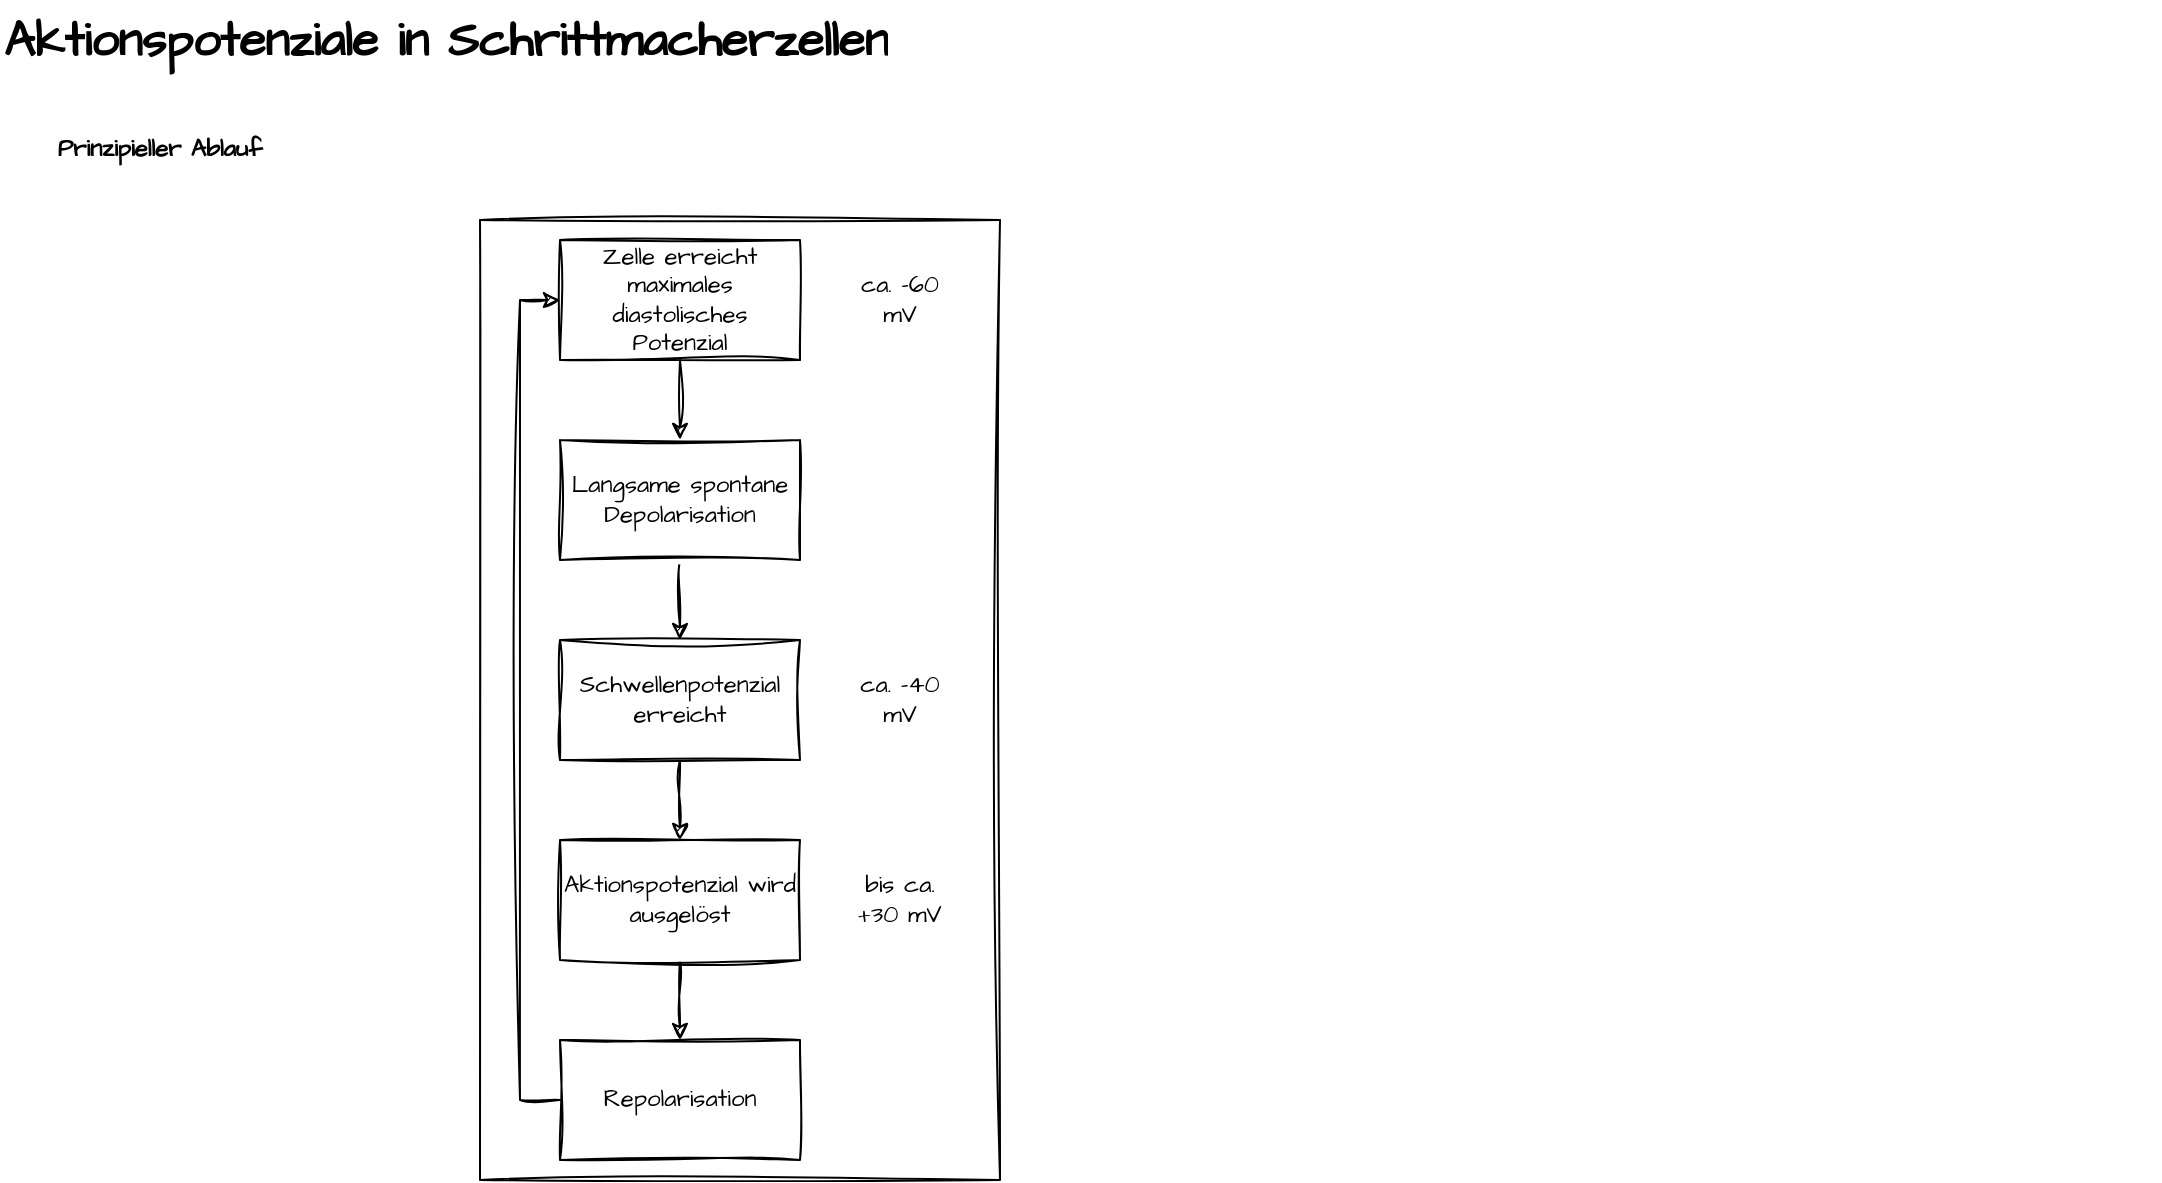
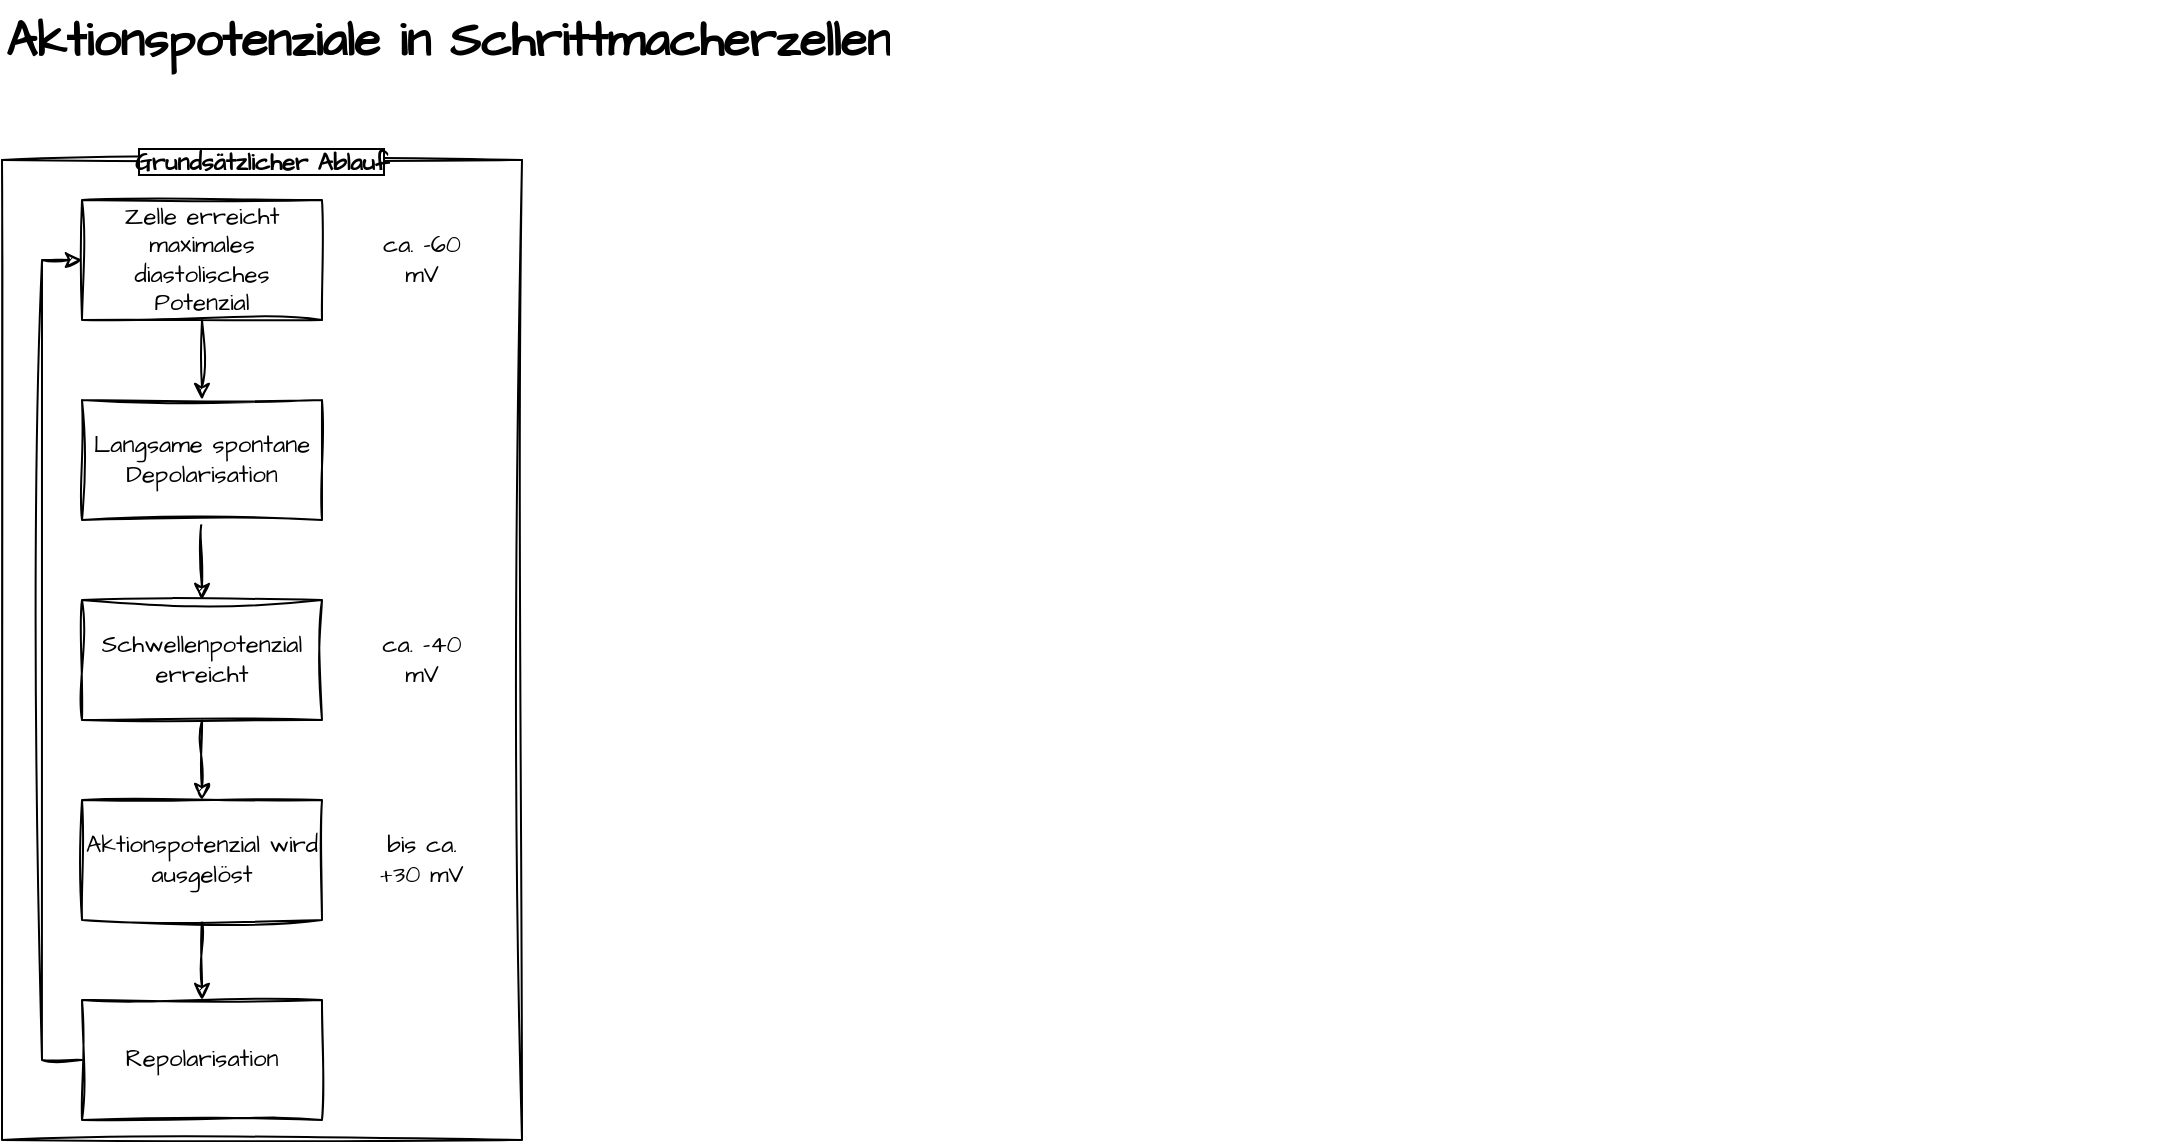
<mxfile host="app.diagrams.net">
  <diagram name="Schrittmacherzellen" id="J2O2VLIk1TTmUUXB8McG">
-     <mxGraphModel dx="972" dy="591" grid="1" gridSize="10" guides="1" tooltips="1" connect="1" arrows="1" fold="1" page="1" pageScale="1" pageWidth="1169" pageHeight="827" math="0" shadow="0">
+     <mxGraphModel dx="666" dy="405" grid="1" gridSize="10" guides="1" tooltips="1" connect="1" arrows="1" fold="1" page="1" pageScale="1" pageWidth="1169" pageHeight="827" math="0" shadow="0">
      <root>
        <mxCell id="0" />
        <mxCell id="1" parent="0" />
        <mxCell id="u8z77GUm19_cF35wcTu8-1" parent="1" style="text;html=1;whiteSpace=wrap;overflow=hidden;rounded=0;fontFamily=Architects Daughter;fontSource=https%3A%2F%2Ffonts.googleapis.com%2Fcss%3Ffamily%3DArchitects%2BDaughter;" value="&lt;h1 style=&quot;margin-top: 0px;&quot;&gt;Aktionspotenziale in Schrittmacherzellen&lt;/h1&gt;" vertex="1">
          <mxGeometry height="50" width="1080" x="40" y="40" as="geometry" />
        </mxCell>
-         <mxCell id="u8z77GUm19_cF35wcTu8-16" parent="1" style="text;html=1;whiteSpace=wrap;strokeColor=none;fillColor=none;align=center;verticalAlign=middle;rounded=0;fontFamily=Architects Daughter;fontSource=https%3A%2F%2Ffonts.googleapis.com%2Fcss%3Ffamily%3DArchitects%2BDaughter;fontStyle=1" value="Prinzipieller Ablauf" vertex="1">
-           <mxGeometry height="30" width="160" x="40" y="100" as="geometry" />
-         </mxCell>
-         <mxCell id="u8z77GUm19_cF35wcTu8-17" parent="1" style="swimlane;startSize=0;sketch=1;hachureGap=4;jiggle=2;curveFitting=1;fontFamily=Architects Daughter;fontSource=https%3A%2F%2Ffonts.googleapis.com%2Fcss%3Ffamily%3DArchitects%2BDaughter;" value="" vertex="1">
-           <mxGeometry height="480" width="260" x="280" y="150" as="geometry" />
+         <mxCell id="u8z77GUm19_cF35wcTu8-17" parent="1" style="swimlane;startSize=0;sketch=1;hachureGap=4;jiggle=2;curveFitting=1;fontFamily=Architects Daughter;fontSource=https%3A%2F%2Ffonts.googleapis.com%2Fcss%3Ffamily%3DArchitects%2BDaughter;labelBackgroundColor=default;labelBorderColor=default;" value="Grundsätzlicher Ablauf" vertex="1">
+           <mxGeometry height="490" width="260" x="40" y="120" as="geometry" />
        </mxCell>
        <mxCell id="u8z77GUm19_cF35wcTu8-12" edge="1" parent="u8z77GUm19_cF35wcTu8-17" source="u8z77GUm19_cF35wcTu8-2" style="edgeStyle=orthogonalEdgeStyle;rounded=0;sketch=1;hachureGap=4;jiggle=2;curveFitting=1;orthogonalLoop=1;jettySize=auto;html=1;fontFamily=Architects Daughter;fontSource=https%3A%2F%2Ffonts.googleapis.com%2Fcss%3Ffamily%3DArchitects%2BDaughter;" target="u8z77GUm19_cF35wcTu8-3">
          <mxGeometry relative="1" as="geometry" />
        </mxCell>
        <mxCell id="u8z77GUm19_cF35wcTu8-2" parent="u8z77GUm19_cF35wcTu8-17" style="whiteSpace=wrap;html=1;sketch=1;hachureGap=4;jiggle=2;curveFitting=1;fontFamily=Architects Daughter;fontSource=https%3A%2F%2Ffonts.googleapis.com%2Fcss%3Ffamily%3DArchitects%2BDaughter;" value="Zelle erreicht maximales diastolisches Potenzial" vertex="1">
-           <mxGeometry height="60" width="120" x="40" y="10" as="geometry" />
+           <mxGeometry height="60" width="120" x="40" y="20" as="geometry" />
        </mxCell>
        <mxCell id="u8z77GUm19_cF35wcTu8-13" edge="1" parent="u8z77GUm19_cF35wcTu8-17" source="u8z77GUm19_cF35wcTu8-3" style="edgeStyle=orthogonalEdgeStyle;rounded=0;sketch=1;hachureGap=4;jiggle=2;curveFitting=1;orthogonalLoop=1;jettySize=auto;html=1;fontFamily=Architects Daughter;fontSource=https%3A%2F%2Ffonts.googleapis.com%2Fcss%3Ffamily%3DArchitects%2BDaughter;" target="u8z77GUm19_cF35wcTu8-6">
          <mxGeometry relative="1" as="geometry" />
        </mxCell>
        <mxCell id="u8z77GUm19_cF35wcTu8-3" parent="u8z77GUm19_cF35wcTu8-17" style="whiteSpace=wrap;html=1;sketch=1;hachureGap=4;jiggle=2;curveFitting=1;fontFamily=Architects Daughter;fontSource=https%3A%2F%2Ffonts.googleapis.com%2Fcss%3Ffamily%3DArchitects%2BDaughter;" value="Langsame spontane Depolarisation" vertex="1">
-           <mxGeometry height="60" width="120" x="40" y="110" as="geometry" />
+           <mxGeometry height="60" width="120" x="40" y="120" as="geometry" />
        </mxCell>
        <mxCell id="u8z77GUm19_cF35wcTu8-14" edge="1" parent="u8z77GUm19_cF35wcTu8-17" source="u8z77GUm19_cF35wcTu8-6" style="edgeStyle=orthogonalEdgeStyle;rounded=0;sketch=1;hachureGap=4;jiggle=2;curveFitting=1;orthogonalLoop=1;jettySize=auto;html=1;fontFamily=Architects Daughter;fontSource=https%3A%2F%2Ffonts.googleapis.com%2Fcss%3Ffamily%3DArchitects%2BDaughter;" target="u8z77GUm19_cF35wcTu8-8">
          <mxGeometry relative="1" as="geometry" />
        </mxCell>
        <mxCell id="u8z77GUm19_cF35wcTu8-6" parent="u8z77GUm19_cF35wcTu8-17" style="whiteSpace=wrap;html=1;sketch=1;hachureGap=4;jiggle=2;curveFitting=1;fontFamily=Architects Daughter;fontSource=https%3A%2F%2Ffonts.googleapis.com%2Fcss%3Ffamily%3DArchitects%2BDaughter;" value="Schwellenpotenzial erreicht" vertex="1">
-           <mxGeometry height="60" width="120" x="40" y="210" as="geometry" />
+           <mxGeometry height="60" width="120" x="40" y="220" as="geometry" />
        </mxCell>
        <mxCell id="u8z77GUm19_cF35wcTu8-15" edge="1" parent="u8z77GUm19_cF35wcTu8-17" source="u8z77GUm19_cF35wcTu8-8" style="edgeStyle=orthogonalEdgeStyle;rounded=0;sketch=1;hachureGap=4;jiggle=2;curveFitting=1;orthogonalLoop=1;jettySize=auto;html=1;fontFamily=Architects Daughter;fontSource=https%3A%2F%2Ffonts.googleapis.com%2Fcss%3Ffamily%3DArchitects%2BDaughter;" target="u8z77GUm19_cF35wcTu8-10">
          <mxGeometry relative="1" as="geometry" />
        </mxCell>
        <mxCell id="u8z77GUm19_cF35wcTu8-8" parent="u8z77GUm19_cF35wcTu8-17" style="whiteSpace=wrap;html=1;sketch=1;hachureGap=4;jiggle=2;curveFitting=1;fontFamily=Architects Daughter;fontSource=https%3A%2F%2Ffonts.googleapis.com%2Fcss%3Ffamily%3DArchitects%2BDaughter;" value="Aktionspotenzial wird ausgelöst" vertex="1">
-           <mxGeometry height="60" width="120" x="40" y="310" as="geometry" />
+           <mxGeometry height="60" width="120" x="40" y="320" as="geometry" />
        </mxCell>
        <mxCell id="u8z77GUm19_cF35wcTu8-11" edge="1" parent="u8z77GUm19_cF35wcTu8-17" source="u8z77GUm19_cF35wcTu8-10" style="edgeStyle=orthogonalEdgeStyle;rounded=0;sketch=1;hachureGap=4;jiggle=2;curveFitting=1;orthogonalLoop=1;jettySize=auto;html=1;exitX=0;exitY=0.5;exitDx=0;exitDy=0;entryX=0;entryY=0.5;entryDx=0;entryDy=0;fontFamily=Architects Daughter;fontSource=https%3A%2F%2Ffonts.googleapis.com%2Fcss%3Ffamily%3DArchitects%2BDaughter;" target="u8z77GUm19_cF35wcTu8-2">
          <mxGeometry relative="1" as="geometry" />
        </mxCell>
        <mxCell id="u8z77GUm19_cF35wcTu8-10" parent="u8z77GUm19_cF35wcTu8-17" style="whiteSpace=wrap;html=1;sketch=1;hachureGap=4;jiggle=2;curveFitting=1;fontFamily=Architects Daughter;fontSource=https%3A%2F%2Ffonts.googleapis.com%2Fcss%3Ffamily%3DArchitects%2BDaughter;" value="Repolarisation" vertex="1">
-           <mxGeometry height="60" width="120" x="40" y="410" as="geometry" />
+           <mxGeometry height="60" width="120" x="40" y="420" as="geometry" />
        </mxCell>
        <mxCell id="u8z77GUm19_cF35wcTu8-4" parent="u8z77GUm19_cF35wcTu8-17" style="text;html=1;whiteSpace=wrap;strokeColor=none;fillColor=none;align=center;verticalAlign=middle;rounded=0;fontFamily=Architects Daughter;fontSource=https%3A%2F%2Ffonts.googleapis.com%2Fcss%3Ffamily%3DArchitects%2BDaughter;" value="ca. -60 mV" vertex="1">
-           <mxGeometry height="30" width="60" x="180" y="25" as="geometry" />
+           <mxGeometry height="30" width="60" x="180" y="35" as="geometry" />
        </mxCell>
        <mxCell id="u8z77GUm19_cF35wcTu8-7" parent="u8z77GUm19_cF35wcTu8-17" style="text;html=1;whiteSpace=wrap;strokeColor=none;fillColor=none;align=center;verticalAlign=middle;rounded=0;fontFamily=Architects Daughter;fontSource=https://fonts.googleapis.com/css?family=Architects+Daughter;" value="ca. -40 mV" vertex="1">
-           <mxGeometry height="30" width="60" x="180" y="225" as="geometry" />
+           <mxGeometry height="30" width="60" x="180" y="235" as="geometry" />
        </mxCell>
        <mxCell id="u8z77GUm19_cF35wcTu8-9" parent="u8z77GUm19_cF35wcTu8-17" style="text;html=1;whiteSpace=wrap;strokeColor=none;fillColor=none;align=center;verticalAlign=middle;rounded=0;fontFamily=Architects Daughter;fontSource=https://fonts.googleapis.com/css?family=Architects+Daughter;" value="bis ca. +30 mV" vertex="1">
-           <mxGeometry height="30" width="60" x="180" y="325" as="geometry" />
+           <mxGeometry height="30" width="60" x="180" y="335" as="geometry" />
        </mxCell>
      </root>
    </mxGraphModel>
  </diagram>
</mxfile>
